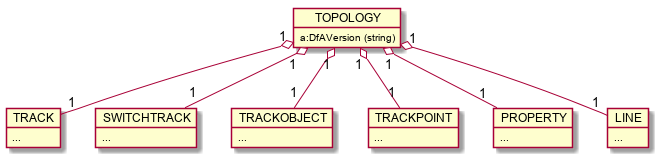
Earlier version of the PlantUML export images/generated/rcmdx_topology_group.png (OpenRailAssociation/rcm-dx).
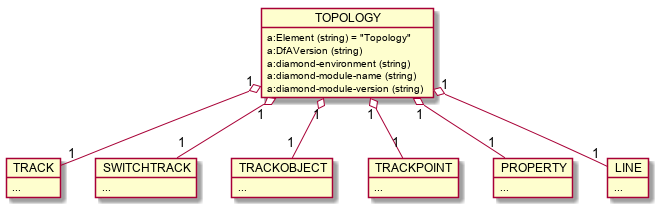
After the commit.

Diff of the diagram source:
```diff
@@ -1,6 +1,10 @@
 @startuml rcmdx_topology_group
   object TOPOLOGY {
+    a:Element (string) = "Topology"
     a:DfAVersion (string)
+    a:diamond-environment (string)
+    a:diamond-module-name (string)
+    a:diamond-module-version (string)
   }
 
   object TRACK {
```
